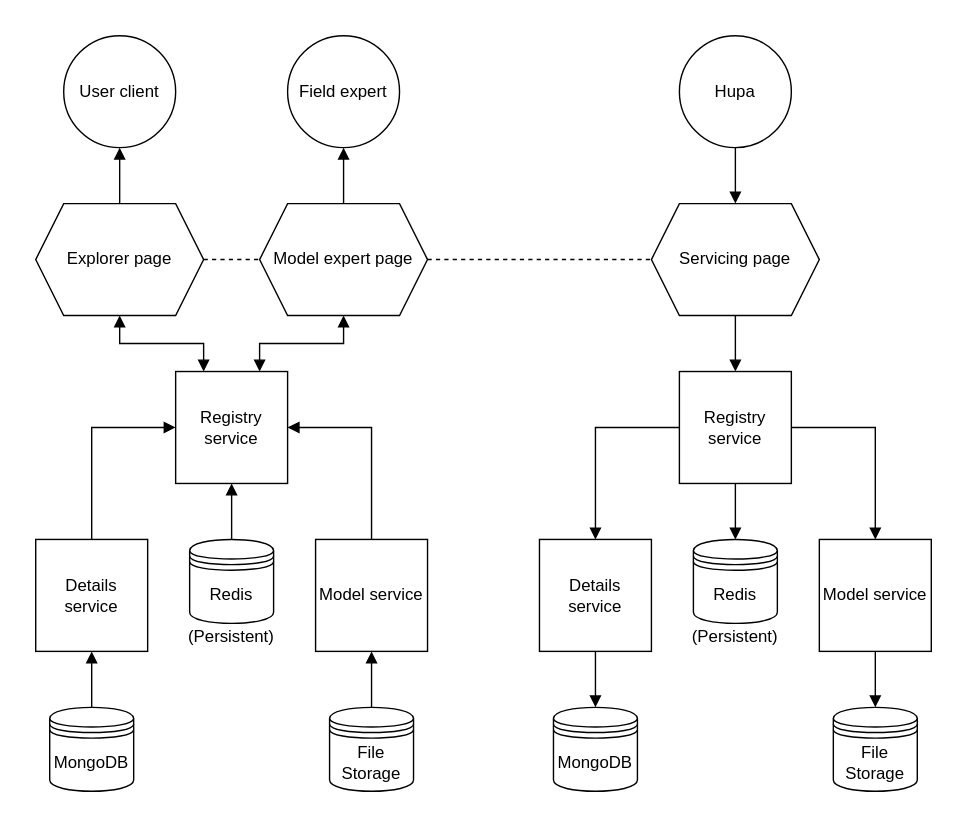
Above: design/quicklook.svg in Hupa-Baha-21/inspectAir (draw.io), before the change. Source tidied: cells renumbered, new cells last; positions are measured from the earlier drawing's top-left corner, leaving out a move shared by most shapes.
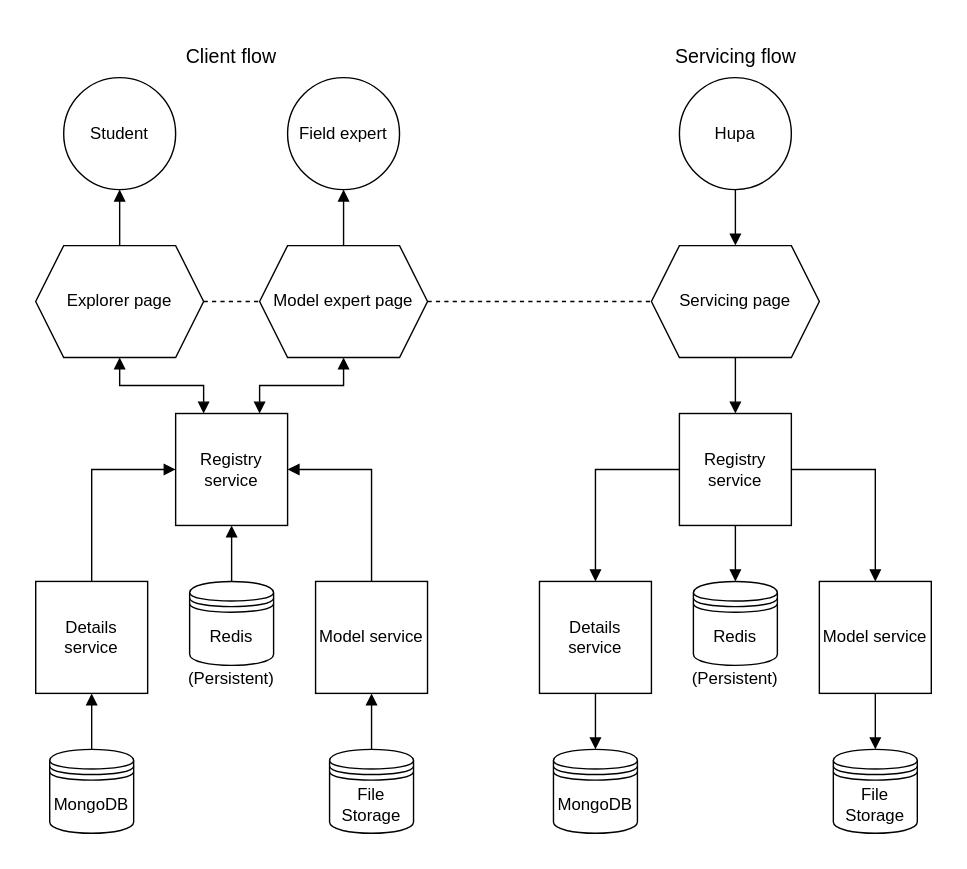
After the commit.

The edit, as a diff of the source:
```diff
@@ -20,7 +20,7 @@
     <mxCell id="7" style="endArrow=block;startArrow=none;html=1;rounded=0;exitX=0.5;exitY=0;exitDx=0;exitDy=0;entryX=0.5;entryY=1;entryDx=0;entryDy=0;endFill=1;startFill=0;" parent="1" edge="1" source="2" target="4">
       <mxGeometry relative="1" as="geometry" />
     </mxCell>
-    <mxCell id="8" value="User client" style="ellipse;whiteSpace=wrap;html=1;" parent="1" vertex="1">
+    <mxCell id="8" value="Student" style="ellipse;whiteSpace=wrap;html=1;" parent="1" vertex="1">
       <mxGeometry x="20" width="80" height="80" as="geometry" />
     </mxCell>
     <mxCell id="9" style="edgeStyle=orthogonalEdgeStyle;rounded=0;jettySize=auto;html=1;entryX=0;entryY=0.5;entryDx=0;entryDy=0;startArrow=none;startFill=0;endArrow=none;endFill=0;dashed=1;" parent="1" edge="1" source="10" target="14">
@@ -132,5 +132,11 @@
     <mxCell id="39" value="Servicing page" style="shape=hexagon;perimeter=hexagonPerimeter2;whiteSpace=wrap;html=1;fixedSize=1;" parent="1" vertex="1">
       <mxGeometry x="440" y="120" width="120" height="80" as="geometry" />
     </mxCell>
+    <mxCell id="40" value="&lt;font style=&quot;font-size: 14px&quot;&gt;Client flow&lt;/font&gt;" style="text;html=1;strokeColor=none;fillColor=none;align=center;verticalAlign=middle;whiteSpace=wrap;rounded=0;" parent="1" vertex="1">
+      <mxGeometry x="105" y="-30" width="70" height="30" as="geometry" />
+    </mxCell>
+    <mxCell id="41" value="&lt;font style=&quot;font-size: 14px&quot;&gt;Servicing flow&lt;/font&gt;" style="text;html=1;strokeColor=none;fillColor=none;align=center;verticalAlign=middle;whiteSpace=wrap;rounded=0;" parent="1" vertex="1">
+      <mxGeometry x="447.5" y="-30" width="105" height="30" as="geometry" />
+    </mxCell>
   </root>
 </mxGraphModel>
```
